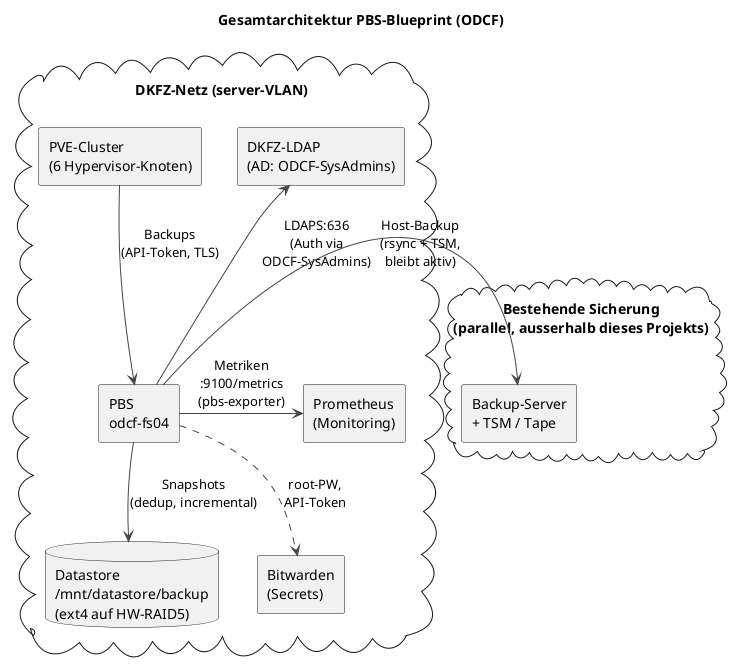
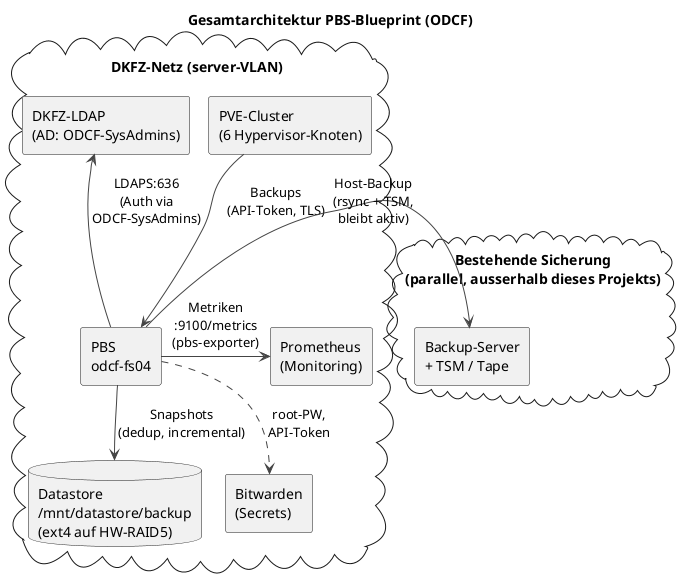
@startuml architecture
+ !pragma layout smetana
title Gesamtarchitektur PBS-Blueprint (ODCF)

skinparam componentStyle rectangle
skinparam shadowing false
skinparam ArrowColor #444444
skinparam DefaultFontName "Helvetica"

cloud "DKFZ-Netz (server-VLAN)" as dkfz {
    rectangle "PVE-Cluster\n(6 Hypervisor-Knoten)" as pve
    component "PBS\nodcf-fs04" as pbs
    database "Datastore\n/mnt/datastore/backup\n(ext4 auf HW-RAID5)" as datastore
    component "Prometheus\n(Monitoring)" as prom
    component "DKFZ-LDAP\n(AD: ODCF-SysAdmins)" as ldap
    component "Bitwarden\n(Secrets)" as bw
}

cloud "Bestehende Sicherung\n(parallel, ausserhalb dieses Projekts)" as legacy {
    component "Backup-Server\n+ TSM / Tape" as tsm
}

pve -down-> pbs : Backups\n(API-Token, TLS)
pbs -down-> datastore : Snapshots\n(dedup, incremental)
pbs -up-> ldap : LDAPS:636\n(Auth via\nODCF-SysAdmins)
pbs -right-> prom : Metriken\n:9100/metrics\n(pbs-exporter)
pbs ..> bw : root-PW,\nAPI-Token
pbs -right-> tsm : Host-Backup\n(rsync + TSM,\nbleibt aktiv)

@enduml
